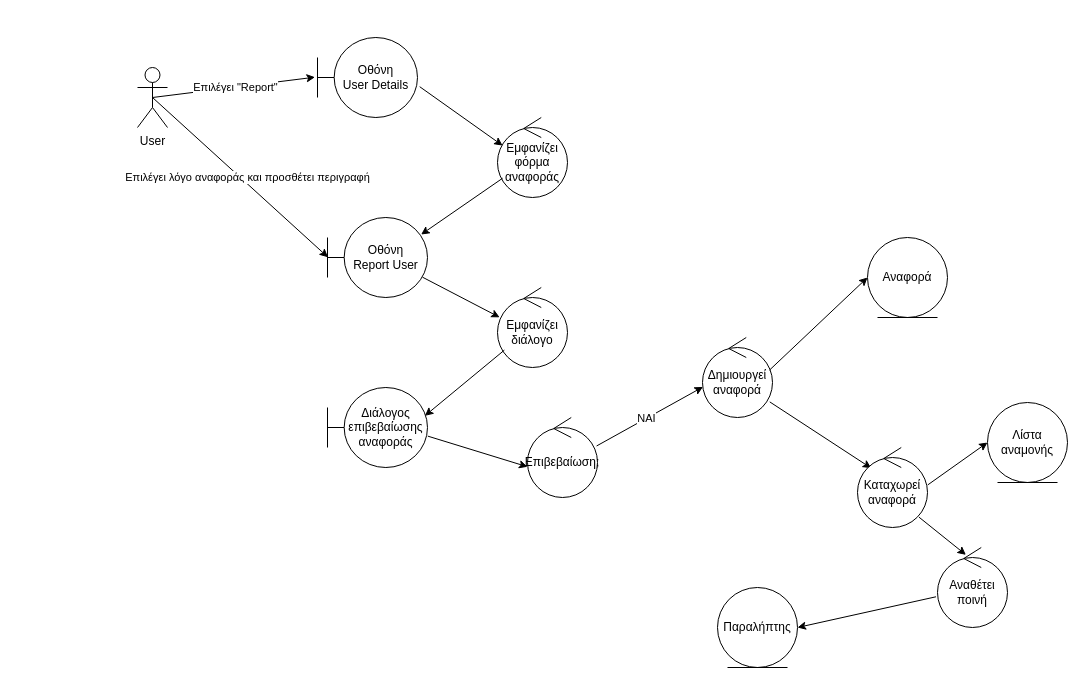
Before: reports/report-user-robustness.drawio in YannisRavasopoulos/ProjectSD_S6, a draw.io diagram. Source tidied: cells renumbered, new cells numbered last; positions are measured from the earlier drawing's top-left corner, leaving out a move shared by most shapes. Both pictures are drawn from the tidied source at 100%, with x=0, y=0 at pixel (137, 37).
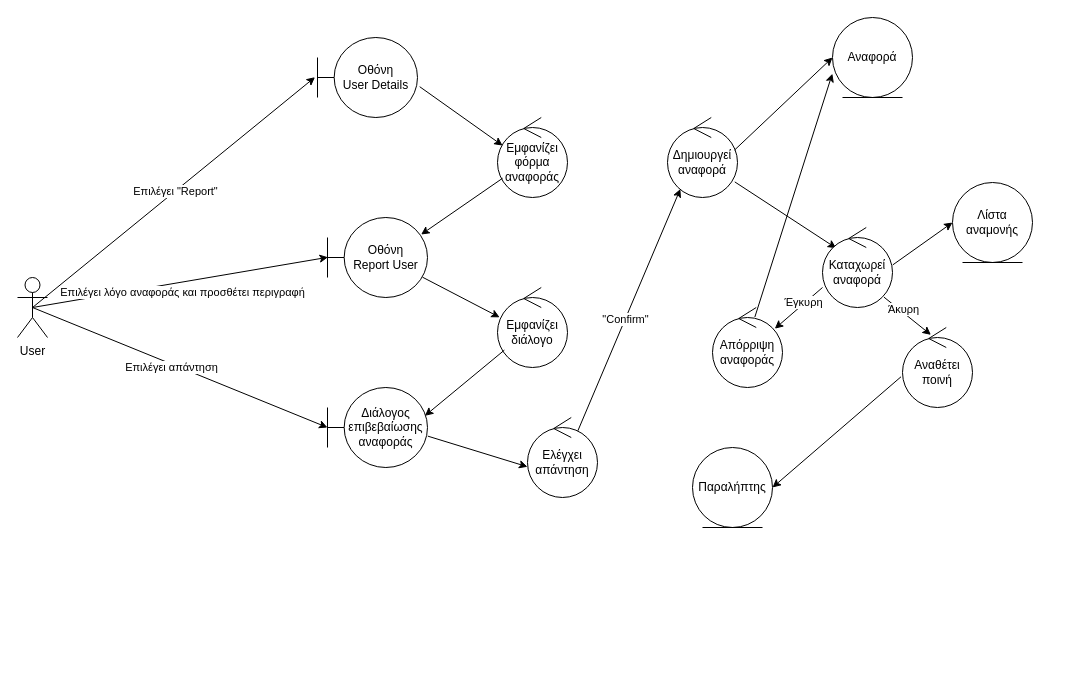
After the change.

Commit message (it also covers changes not shown here):
report-user

Unchanged cells that the change refers to:
```xml
<mxCell id="15" value="Διάλογος&lt;br&gt;επιβεβαίωσης&lt;br&gt;αναφοράς" style="shape=umlBoundary;whiteSpace=wrap;html=1;" parent="1" vertex="1">
  <mxGeometry x="190" y="350" width="100" height="80" as="geometry" />
</mxCell>
<mxCell id="28" style="endArrow=classic;html=1;rounded=0;exitX=0.879;exitY=0.871;exitDx=0;exitDy=0;exitPerimeter=0;entryX=0.406;entryY=0.092;entryDx=0;entryDy=0;entryPerimeter=0;" parent="1" edge="1" source="24" target="27">
  <mxGeometry relative="1" as="geometry" />
</mxCell>
```

What changed in the source:
```diff
@@
     <mxCell id="2" value="User" style="shape=umlActor;verticalLabelPosition=bottom;verticalAlign=top;html=1;" parent="1" vertex="1">
-      <mxGeometry y="30" width="30" height="60" as="geometry" />
+      <mxGeometry x="-120" y="240" width="30" height="60" as="geometry" />
     </mxCell>
@@
-    <mxCell id="17" value="Επιβεβαίωση;" style="ellipse;shape=umlControl;whiteSpace=wrap;html=1;" parent="1" vertex="1">
+    <mxCell id="17" value="Ελέγχει&lt;br&gt;απάντηση" style="ellipse;shape=umlControl;whiteSpace=wrap;html=1;" parent="1" vertex="1">
       <mxGeometry x="390" y="380" width="70" height="80" as="geometry" />
     </mxCell>
-    <mxCell id="18" style="endArrow=classic;html=1;rounded=0;exitX=0.987;exitY=0.356;exitDx=0;exitDy=0;exitPerimeter=0;entryX=0.007;entryY=0.618;entryDx=0;entryDy=0;entryPerimeter=0;" parent="1" edge="1" source="17" target="20">
+    <mxCell id="18" style="endArrow=classic;html=1;rounded=0;exitX=0.719;exitY=0.167;exitDx=0;exitDy=0;exitPerimeter=0;entryX=0.184;entryY=0.893;entryDx=0;entryDy=0;entryPerimeter=0;" parent="1" edge="1" source="17" target="20">
       <mxGeometry relative="1" as="geometry" />
     </mxCell>
-    <mxCell id="19" value="ΝΑΙ" style="edgeLabel;html=1;align=center;verticalAlign=middle;" parent="18" vertex="1">
+    <mxCell id="19" value="&quot;Confirm&quot;" style="edgeLabel;html=1;align=center;verticalAlign=middle;" parent="18" vertex="1">
       <mxGeometry x="-0.07" relative="1" as="geometry" />
     </mxCell>
     <mxCell id="20" value="Δημιουργεί&lt;br&gt;αναφορά" style="ellipse;shape=umlControl;whiteSpace=wrap;html=1;" parent="1" vertex="1">
-      <mxGeometry x="565" y="300" width="70" height="80" as="geometry" />
+      <mxGeometry x="530" y="80" width="70" height="80" as="geometry" />
     </mxCell>
     <mxCell id="21" value="Αναφορά" style="ellipse;shape=umlEntity;whiteSpace=wrap;html=1;" parent="1" vertex="1">
-      <mxGeometry x="730" y="200" width="80" height="80" as="geometry" />
+      <mxGeometry x="695" y="-20" width="80" height="80" as="geometry" />
     </mxCell>
@@
     <mxCell id="24" value="Καταχωρεί&lt;br&gt;αναφορά" style="ellipse;shape=umlControl;whiteSpace=wrap;html=1;" parent="1" vertex="1">
-      <mxGeometry x="720" y="410" width="70" height="80" as="geometry" />
+      <mxGeometry x="685" y="190" width="70" height="80" as="geometry" />
     </mxCell>
     <mxCell id="25" value="Λίστα αναμονής" style="ellipse;shape=umlEntity;whiteSpace=wrap;html=1;" parent="1" vertex="1">
-      <mxGeometry x="850" y="365" width="80" height="80" as="geometry" />
+      <mxGeometry x="815" y="145" width="80" height="80" as="geometry" />
     </mxCell>
@@
     <mxCell id="27" value="Αναθέτει&lt;br&gt;ποινή" style="ellipse;shape=umlControl;whiteSpace=wrap;html=1;" parent="1" vertex="1">
-      <mxGeometry x="800" y="510" width="70" height="80" as="geometry" />
+      <mxGeometry x="765" y="290" width="70" height="80" as="geometry" />
     </mxCell>
@@
+    <mxCell id="31" value="Άκυρη" style="edgeLabel;html=1;align=center;verticalAlign=middle;" parent="28" vertex="1">
+      <mxGeometry x="-0.44" y="-2" relative="1" as="geometry">
+        <mxPoint x="7" as="offset" />
+      </mxGeometry>
+    </mxCell>
     <mxCell id="29" value="Παραλήπτης" style="ellipse;shape=umlEntity;whiteSpace=wrap;html=1;" parent="1" vertex="1">
-      <mxGeometry x="580" y="550" width="80" height="80" as="geometry" />
+      <mxGeometry x="555" y="410" width="80" height="80" as="geometry" />
     </mxCell>
@@
+    <mxCell id="32" style="endArrow=classic;html=1;exitX=0.5;exitY=0.5;exitDx=0;exitDy=0;exitPerimeter=0;entryX=0;entryY=0.5;entryDx=0;entryDy=0;entryPerimeter=0;" parent="1" edge="1" source="2" target="15">
+      <mxGeometry relative="1" as="geometry" />
+    </mxCell>
+    <mxCell id="33" value="&lt;span style=&quot;color: rgb(0, 0, 0);&quot;&gt;Επιλέγει απάντηση&lt;/span&gt;" style="edgeLabel;html=1;align=center;verticalAlign=middle;" parent="32" vertex="1">
+      <mxGeometry x="-0.05" y="-3" relative="1" as="geometry" />
+    </mxCell>
+    <mxCell id="34" value="Απόρριψη&lt;br&gt;αναφοράς" style="ellipse;shape=umlControl;whiteSpace=wrap;html=1;" parent="1" vertex="1">
+      <mxGeometry x="575" y="270" width="70" height="80" as="geometry" />
+    </mxCell>
+    <mxCell id="35" style="endArrow=classic;html=1;entryX=0.89;entryY=0.265;entryDx=0;entryDy=0;entryPerimeter=0;exitX=0;exitY=0.75;exitDx=0;exitDy=0;exitPerimeter=0;" parent="1" edge="1" source="24" target="34">
+      <mxGeometry relative="1" as="geometry" />
+    </mxCell>
+    <mxCell id="36" value="Έγκυρη" style="edgeLabel;html=1;align=center;verticalAlign=middle;" parent="35" vertex="1">
+      <mxGeometry x="-0.25" y="-2" relative="1" as="geometry" />
+    </mxCell>
+    <mxCell id="37" style="endArrow=classic;html=1;entryX=-0.002;entryY=0.702;entryDx=0;entryDy=0;entryPerimeter=0;exitX=0.605;exitY=0.119;exitDx=0;exitDy=0;exitPerimeter=0;" parent="1" edge="1" source="34" target="21">
+      <mxGeometry relative="1" as="geometry" />
+    </mxCell>
```
